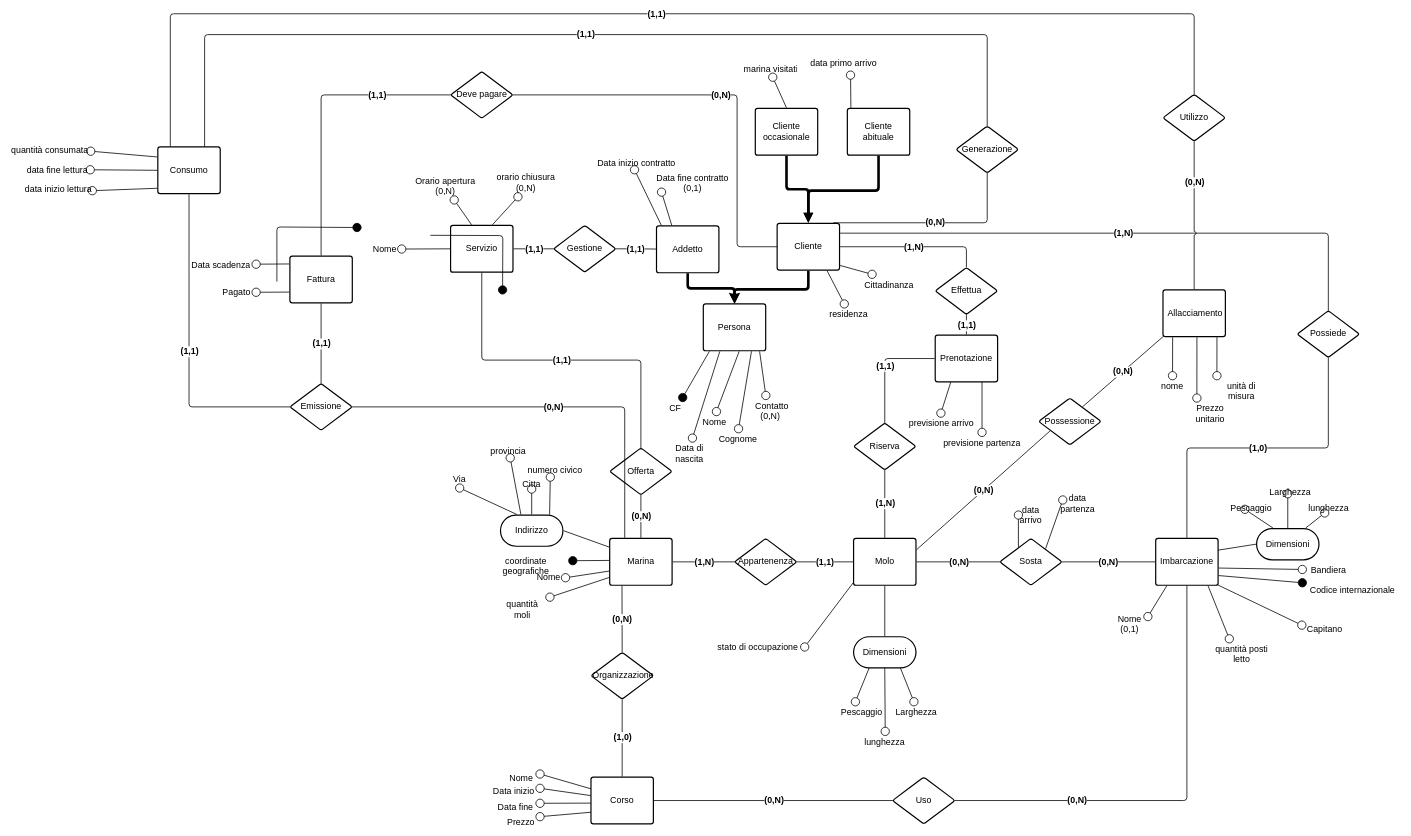
Before: page "Concettuale" (1 of 3) of src_relazione_tex/Er.drawio in alessandro-massarenti/Progetto-basi-di-dati-2022, a draw.io diagram. Source tidied: cells renumbered, new cells numbered last; positions are measured from the earlier drawing's top-left corner, leaving out a move shared by most shapes. Both pictures are drawn from the tidied source at 52%, with x=0, y=0 at pixel (9, 14).
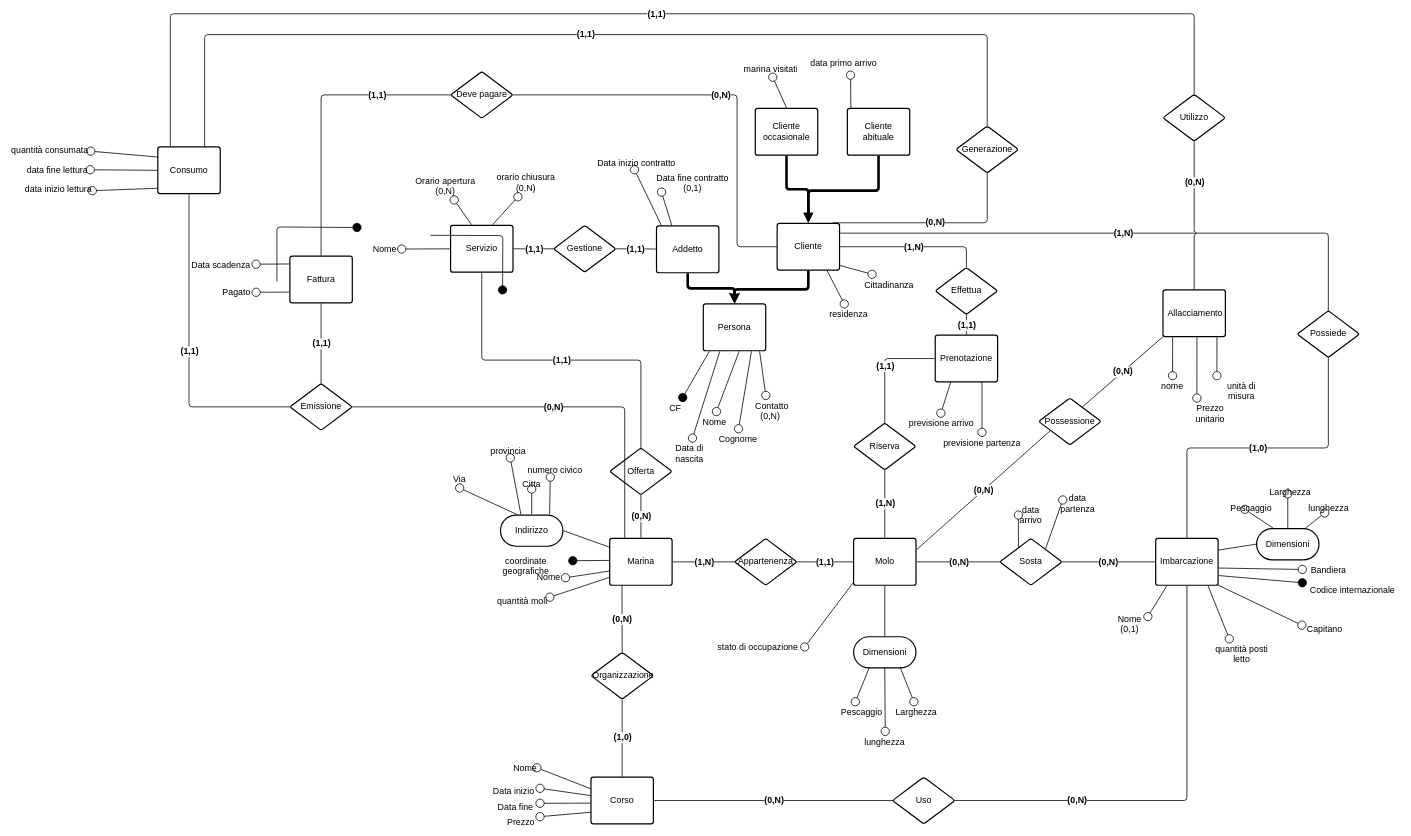
After the change.

The change refers to these unchanged cells:
```xml
<mxCell id="48" value="Corso" style="html=1;overflow=block;blockSpacing=1;whiteSpace=wrap;fontSize=17;fontColor=#000000;spacing=9;strokeColor=#000000;strokeOpacity=100;rounded=1;absoluteArcSize=1;arcSize=9;strokeWidth=2.3;" parent="1" vertex="1">
  <mxGeometry x="1119" y="1468" width="120" height="90" as="geometry" />
</mxCell>
```

The edit, as a diff of the source:
```diff
@@
-    <mxCell id="24" value="quantità moli" style="html=1;overflow=block;blockSpacing=1;whiteSpace=wrap;fontSize=17;fontColor=#000000;spacing=10;fillColor=none;strokeWidth=1.5;strokeColor=none;" parent="1" vertex="1">
+    <mxCell id="24" value="quantità moli" style="overflow=block;blockSpacing=1;fontSize=17;fontColor=#000000;spacing=10;fillColor=none;strokeWidth=1.5;strokeColor=none;" parent="1" vertex="1">
       <mxGeometry x="934" y="1116" width="106" height="24" as="geometry" />
     </mxCell>
@@
-    <mxCell id="31" value="Nome" style="html=1;overflow=block;blockSpacing=1;whiteSpace=wrap;fontSize=17;fontColor=#000000;spacing=10;fillColor=none;strokeWidth=1.5;strokeColor=none;" parent="1" vertex="1">
-      <mxGeometry x="949" y="1449" width="72" height="26" as="geometry" />
+    <mxCell id="31" value="Nome" style="overflow=block;blockSpacing=1;fontSize=17;fontColor=default;spacing=0;fillColor=none;strokeWidth=1.5;strokeColor=none;labelBackgroundColor=none;labelBorderColor=none;" parent="1" vertex="1">
+      <mxGeometry x="970" y="1440" width="45" height="20" as="geometry" />
     </mxCell>
@@
-    <mxCell id="127" style="html=1;jettySize=18;whiteSpace=wrap;fontSize=17;strokeColor=#000000;strokeWidth=1.5;rounded=1;arcSize=12;startArrow=none;endArrow=oval;endFill=0;endSize=16;exitX=0;exitY=0.25;entryX=1;entryY=0.5;jumpStyle=none;entryDx=0;entryDy=0;exitDx=0;exitDy=0;" parent="1" edge="1" source="48" target="31">
+    <mxCell id="127" style="html=1;jettySize=18;whiteSpace=wrap;fontSize=17;strokeColor=#000000;strokeWidth=1.5;rounded=1;arcSize=12;startArrow=none;endArrow=oval;endFill=0;endSize=16;exitX=0;exitY=0.25;entryX=1;entryY=0.5;jumpStyle=none;entryDx=0;entryDy=0;exitDx=0;exitDy=0;jumpSize=10;" parent="1" edge="1" source="48" target="31">
       <mxGeometry relative="1" as="geometry" />
     </mxCell>
```
